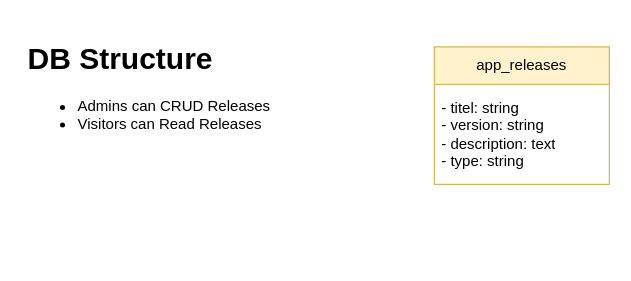
This is page "DB Schema" (2 of 2) of docs/Features/03 - Releasemanagement.drawio from CarlsonBuma/laravel-quasar-template, a draw.io file, before an edit. Source tidied: cells renumbered, new cells numbered last; positions are measured from the earlier drawing's top-left corner, leaving out a move shared by most shapes. Both pictures are drawn from the tidied source at 125%, with x=0, y=0 at pixel (21, 34).
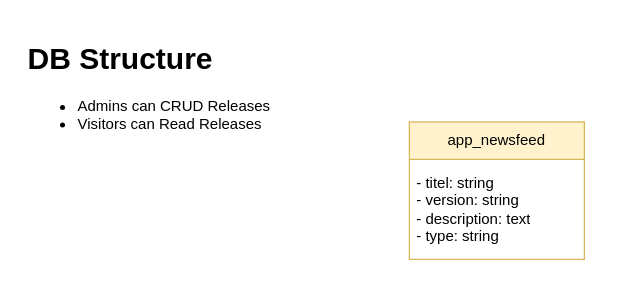
The same page after the edit.

Change to the diagram source:
```diff
@@
 <mxGraphModel>
   <root>
     <mxCell id="0" />
     <mxCell id="1" parent="0" />
-    <mxCell id="2" value="app_releases" style="swimlane;fontStyle=0;horizontal=1;startSize=30;whiteSpace=wrap;html=1;fillColor=#fff2cc;strokeColor=#d6b656;" parent="1" vertex="1">
-      <mxGeometry x="330" y="10" width="140" height="110" as="geometry" />
+    <mxCell id="2" value="app_newsfeed" style="swimlane;fontStyle=0;horizontal=1;startSize=30;whiteSpace=wrap;html=1;fillColor=#fff2cc;strokeColor=#d6b656;" parent="1" vertex="1">
+      <mxGeometry x="310" y="70" width="140" height="110" as="geometry" />
     </mxCell>
     <mxCell id="3" value="- titel: string&lt;br&gt;- version: string&lt;br&gt;- description: text&lt;br&gt;- type: string" style="text;strokeColor=none;fillColor=none;align=left;verticalAlign=middle;spacingLeft=4;spacingRight=4;overflow=hidden;whiteSpace=wrap;html=1;" parent="2" vertex="1">
       <mxGeometry y="30" width="140" height="80" as="geometry" />
     </mxCell>
     <mxCell id="4" value="&lt;h1&gt;DB Structure&lt;/h1&gt;&lt;p&gt;&lt;/p&gt;&lt;ul&gt;&lt;li&gt;Admins can CRUD Releases&lt;/li&gt;&lt;li&gt;Visitors can Read Releases&lt;/li&gt;&lt;/ul&gt;&lt;p&gt;&lt;/p&gt;" style="text;html=1;strokeColor=none;fillColor=none;spacing=5;spacingTop=-20;whiteSpace=wrap;overflow=hidden;rounded=0;" parent="1" vertex="1">
       <mxGeometry width="230" height="100" as="geometry" />
     </mxCell>
   </root>
 </mxGraphModel>
```
